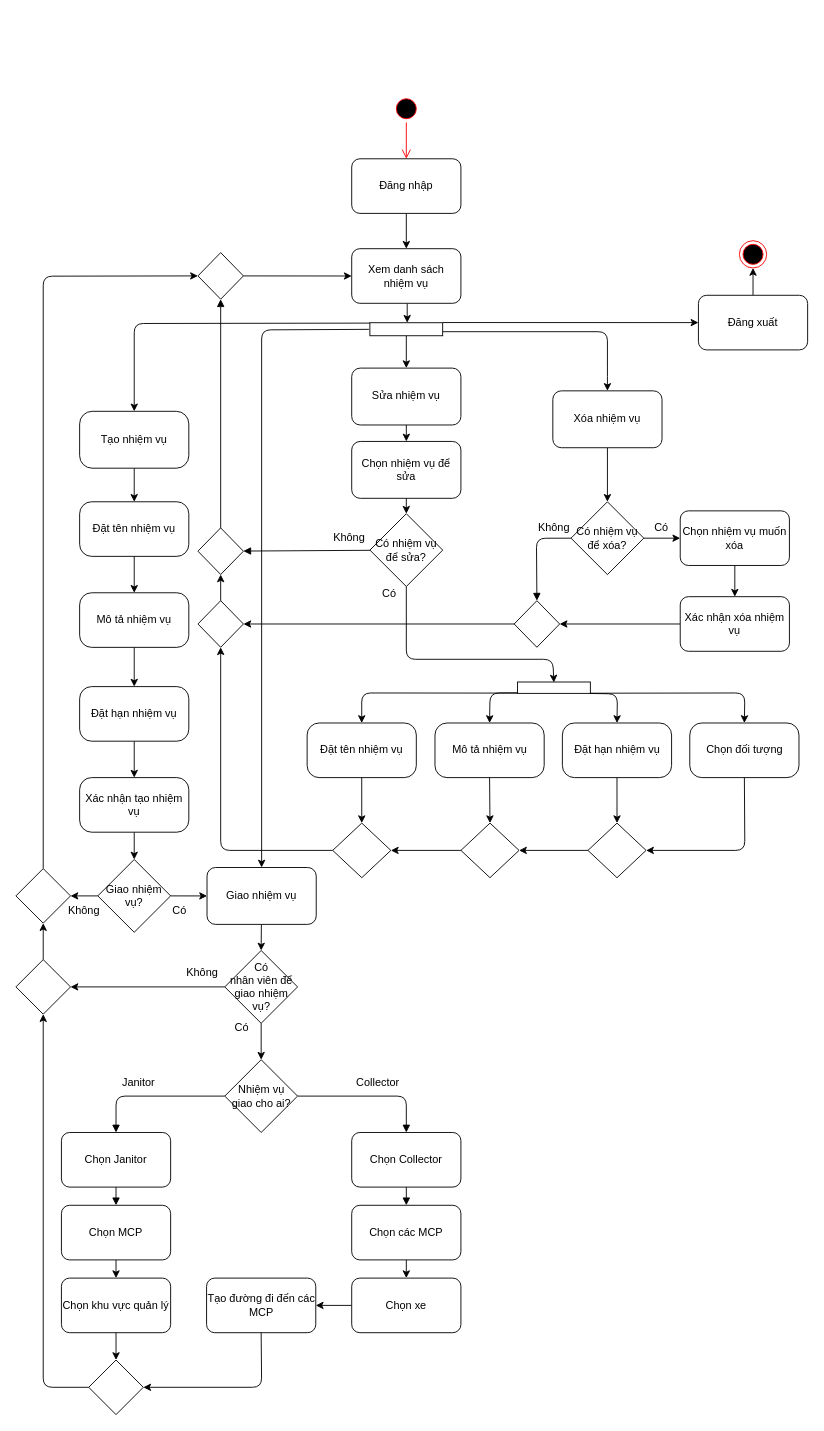
This is page "Task 2.1" (1 of 3) of task2.drawio from thuankhangho/btl-cnpm, a draw.io file, before an edit. Source tidied: cells renumbered, new cells numbered last; positions are measured from the earlier drawing's top-left corner, leaving out a move shared by most shapes. Both pictures are drawn from the tidied source at 91%, with x=0, y=0 at pixel (15, 22).
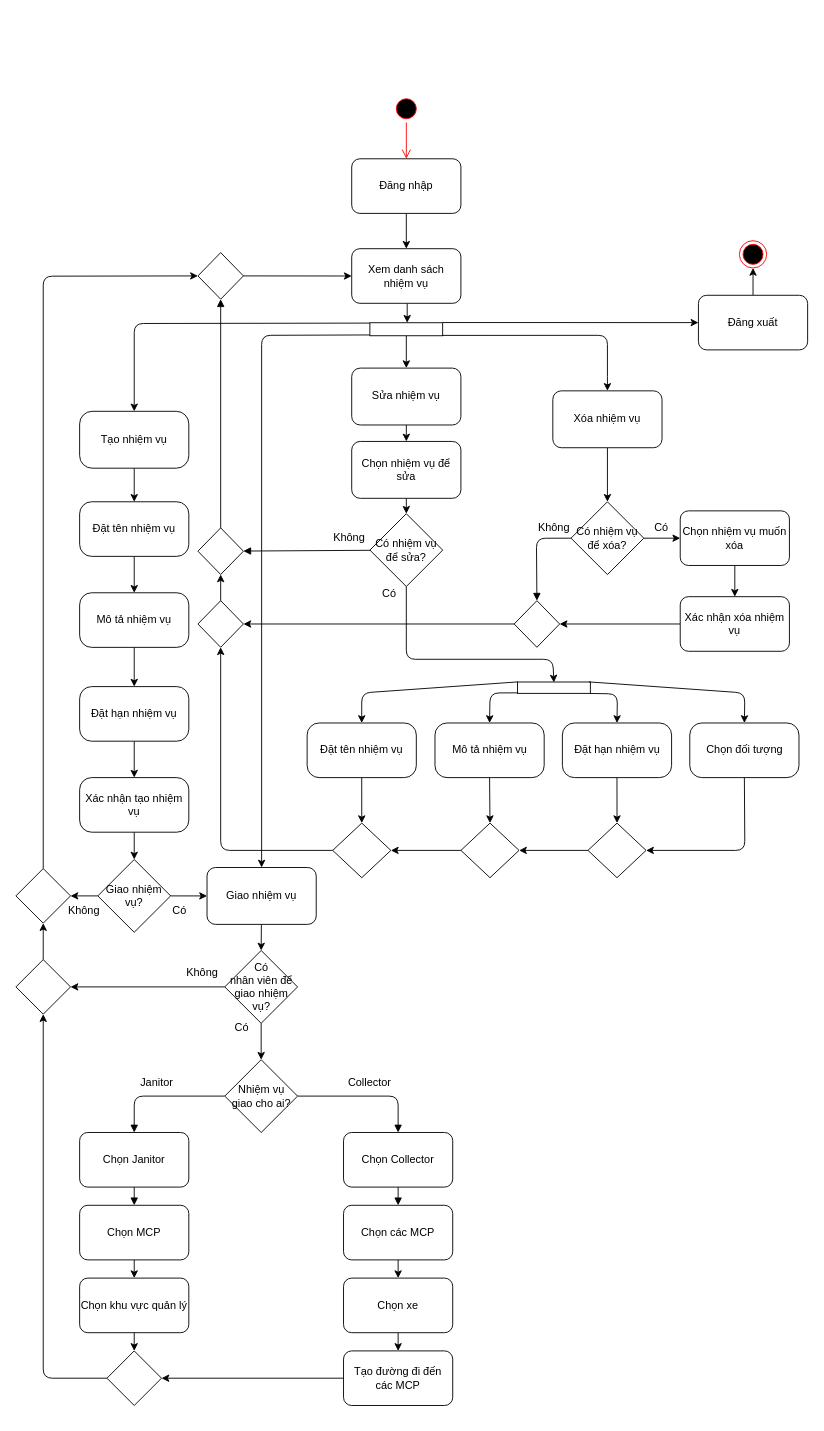
Above is the later version.

Unchanged cells that the change refers to:
```xml
<mxCell id="13" value="Xóa nhiệm vụ" style="rounded=1;whiteSpace=wrap;html=1;" parent="1" vertex="1">
  <mxGeometry x="590" y="405" width="120" height="62.5" as="geometry" />
</mxCell>
<mxCell id="17" style="html=1;points=[];perimeter=orthogonalPerimeter;rotation=90;" parent="1" vertex="1">
  <mxGeometry x="421.8" y="297.3" width="14.3" height="80" as="geometry" />
</mxCell>
<mxCell id="47" value="Giao nhiệm vụ" style="rounded=1;whiteSpace=wrap;html=1;" parent="1" vertex="1">
  <mxGeometry x="210" y="928.8" width="120" height="62.5" as="geometry" />
</mxCell>
<mxCell id="63" style="html=1;points=[];perimeter=orthogonalPerimeter;rotation=90;" parent="1" vertex="1">
  <mxGeometry x="585" y="691.2" width="12.5" height="80" as="geometry" />
</mxCell>
<mxCell id="65" value="Đặt tên nhiệm vụ" style="whiteSpace=wrap;html=1;rounded=1;arcSize=22;" parent="1" vertex="1">
  <mxGeometry x="320" y="770" width="120" height="60" as="geometry" />
</mxCell>
<mxCell id="70" value="Chọn đối tượng" style="whiteSpace=wrap;html=1;rounded=1;arcSize=22;" parent="1" vertex="1">
  <mxGeometry x="740.5" y="770" width="120" height="60" as="geometry" />
</mxCell>
<mxCell id="83" value="Nhiệm vụ&lt;br&gt;giao cho ai?" style="rhombus;whiteSpace=wrap;html=1;" parent="1" vertex="1">
  <mxGeometry x="229.5" y="1140" width="80" height="80" as="geometry" />
</mxCell>
<mxCell id="97" style="rhombus;whiteSpace=wrap;html=1;" parent="1" vertex="1">
  <mxGeometry y="1030" width="60" height="60" as="geometry" />
</mxCell>
```

The edit, as a diff of the source:
```diff
@@
-    <mxCell id="14" style="edgeStyle=none;html=1;entryX=0.5;entryY=0;entryDx=0;entryDy=0;exitX=0.689;exitY=-0.005;exitDx=0;exitDy=0;exitPerimeter=0;" parent="1" edge="1" source="17" target="13">
+    <mxCell id="14" style="edgeStyle=none;html=1;entryX=0.5;entryY=0;entryDx=0;entryDy=0;exitX=0.974;exitY=0.016;exitDx=0;exitDy=0;exitPerimeter=0;" parent="1" edge="1" source="17" target="13">
       <mxGeometry relative="1" as="geometry">
         <Array as="points">
-          <mxPoint x="650" y="340" />
+          <mxPoint x="650" y="344" />
           <mxPoint x="650" y="380" />
         </Array>
       </mxGeometry>
     </mxCell>
@@
     <mxCell id="38" value="Chọn MCP" style="rounded=1;whiteSpace=wrap;html=1;" parent="1" vertex="1">
-      <mxGeometry x="50" y="1300" width="120" height="60" as="geometry" />
+      <mxGeometry x="70" y="1300" width="120" height="60" as="geometry" />
     </mxCell>
     <mxCell id="39" value="Chọn khu vực quản lý" style="whiteSpace=wrap;html=1;rounded=1;" parent="1" vertex="1">
-      <mxGeometry x="50" y="1380" width="120" height="60" as="geometry" />
+      <mxGeometry x="70" y="1380" width="120" height="60" as="geometry" />
     </mxCell>
@@
     <mxCell id="41" value="Chọn các MCP" style="rounded=1;whiteSpace=wrap;html=1;" parent="1" vertex="1">
-      <mxGeometry x="369" y="1300" width="120" height="60" as="geometry" />
+      <mxGeometry x="360" y="1300" width="120" height="60" as="geometry" />
     </mxCell>
@@
     <mxCell id="43" value="Chọn xe" style="whiteSpace=wrap;html=1;rounded=1;" parent="1" vertex="1">
-      <mxGeometry x="369" y="1380" width="120" height="60" as="geometry" />
+      <mxGeometry x="360" y="1380" width="120" height="60" as="geometry" />
     </mxCell>
-    <mxCell id="44" value="Tạo đường đi đến các MCP" style="whiteSpace=wrap;html=1;rounded=1;" parent="1" vertex="1">
-      <mxGeometry x="209.5" y="1380" width="120" height="60" as="geometry" />
+    <mxCell id="44" value="Tạo đường đi đến&lt;br&gt;các MCP" style="whiteSpace=wrap;html=1;rounded=1;" parent="1" vertex="1">
+      <mxGeometry x="360" y="1460" width="120" height="60" as="geometry" />
     </mxCell>
@@
-    <mxCell id="48" style="endArrow=classic;html=1;entryX=0.5;entryY=0;entryDx=0;entryDy=0;exitX=0.509;exitY=1.013;exitDx=0;exitDy=0;exitPerimeter=0;" parent="1" edge="1" source="17" target="47">
+    <mxCell id="48" style="endArrow=classic;html=1;entryX=0.5;entryY=0;entryDx=0;entryDy=0;exitX=0.939;exitY=1;exitDx=0;exitDy=0;exitPerimeter=0;" parent="1" edge="1" source="17" target="47">
       <mxGeometry relative="1" as="geometry">
         <Array as="points">
-          <mxPoint x="270" y="338" />
+          <mxPoint x="270" y="344" />
         </Array>
       </mxGeometry>
     </mxCell>
@@
-    <mxCell id="71" style="endArrow=classic;html=1;entryX=0.5;entryY=0;entryDx=0;entryDy=0;exitX=0.977;exitY=0.998;exitDx=0;exitDy=0;exitPerimeter=0;" parent="1" edge="1" source="63" target="65">
+    <mxCell id="71" style="endArrow=classic;html=1;entryX=0.5;entryY=0;entryDx=0;entryDy=0;exitX=-0.009;exitY=0.997;exitDx=0;exitDy=0;exitPerimeter=0;" parent="1" edge="1" source="63" target="65">
       <mxGeometry relative="1" as="geometry">
         <Array as="points">
           <mxPoint x="380" y="737" />
         </Array>
       </mxGeometry>
     </mxCell>
@@
-    <mxCell id="74" style="endArrow=classic;html=1;entryX=0.5;entryY=0;entryDx=0;entryDy=0;exitX=0.986;exitY=0;exitDx=0;exitDy=0;exitPerimeter=0;" parent="1" edge="1" source="63" target="70">
+    <mxCell id="74" style="endArrow=classic;html=1;entryX=0.5;entryY=0;entryDx=0;entryDy=0;exitX=-0.009;exitY=0.02;exitDx=0;exitDy=0;exitPerimeter=0;" parent="1" edge="1" source="63" target="70">
       <mxGeometry relative="1" as="geometry">
         <Array as="points">
           <mxPoint x="801" y="737" />
         </Array>
       </mxGeometry>
     </mxCell>
@@
     <mxCell id="77" style="edgeStyle=none;html=1;entryX=0.5;entryY=0;entryDx=0;entryDy=0;endArrow=block;endFill=1;exitX=0;exitY=0.5;exitDx=0;exitDy=0;" parent="1" edge="1" source="83" target="80">
       <mxGeometry relative="1" as="geometry">
         <Array as="points">
-          <mxPoint x="110" y="1180" />
+          <mxPoint x="130" y="1180" />
         </Array>
       </mxGeometry>
     </mxCell>
     <mxCell id="78" style="edgeStyle=none;html=1;entryX=0.5;entryY=0;entryDx=0;entryDy=0;endArrow=block;endFill=1;exitX=1;exitY=0.5;exitDx=0;exitDy=0;" parent="1" edge="1" source="83" target="82">
       <mxGeometry relative="1" as="geometry">
         <Array as="points">
-          <mxPoint x="429" y="1180" />
+          <mxPoint x="420" y="1180" />
         </Array>
       </mxGeometry>
     </mxCell>
@@
     <mxCell id="80" value="Chọn Janitor" style="rounded=1;whiteSpace=wrap;html=1;" parent="1" vertex="1">
-      <mxGeometry x="50" y="1220" width="120" height="60" as="geometry" />
+      <mxGeometry x="70" y="1220" width="120" height="60" as="geometry" />
     </mxCell>
@@
     <mxCell id="82" value="Chọn Collector" style="rounded=1;whiteSpace=wrap;html=1;" parent="1" vertex="1">
-      <mxGeometry x="369" y="1220" width="120" height="60" as="geometry" />
+      <mxGeometry x="360" y="1220" width="120" height="60" as="geometry" />
     </mxCell>
@@
     <mxCell id="84" value="Janitor" style="text;html=1;strokeColor=none;fillColor=none;align=center;verticalAlign=middle;whiteSpace=wrap;rounded=0;" parent="1" vertex="1">
-      <mxGeometry x="110" y="1150" width="50" height="30" as="geometry" />
+      <mxGeometry x="129.5" y="1150" width="50" height="30" as="geometry" />
     </mxCell>
     <mxCell id="85" value="Collector" style="text;html=1;strokeColor=none;fillColor=none;align=center;verticalAlign=middle;whiteSpace=wrap;rounded=0;" parent="1" vertex="1">
-      <mxGeometry x="372.8" y="1150" width="50" height="30" as="geometry" />
+      <mxGeometry x="364" y="1150" width="50" height="30" as="geometry" />
     </mxCell>
@@
     <mxCell id="102" style="rhombus;whiteSpace=wrap;html=1;" parent="1" vertex="1">
-      <mxGeometry x="80" y="1470" width="60" height="60" as="geometry" />
+      <mxGeometry x="100" y="1460" width="60" height="60" as="geometry" />
     </mxCell>
-    <mxCell id="103" style="endArrow=classic;html=1;strokeColor=default;entryX=1;entryY=0.5;entryDx=0;entryDy=0;exitX=0.5;exitY=1;exitDx=0;exitDy=0;" parent="1" edge="1" source="44" target="102">
-      <mxGeometry relative="1" as="geometry">
-        <Array as="points">
-          <mxPoint x="270" y="1500" />
-        </Array>
-      </mxGeometry>
+    <mxCell id="103" style="endArrow=classic;html=1;strokeColor=default;entryX=1;entryY=0.5;entryDx=0;entryDy=0;exitX=0;exitY=0.5;exitDx=0;exitDy=0;" parent="1" edge="1" source="44" target="102">
+      <mxGeometry relative="1" as="geometry" />
     </mxCell>
@@
     <mxCell id="111" style="endArrow=classic;html=1;strokeColor=default;entryX=0.5;entryY=1;entryDx=0;entryDy=0;exitX=0;exitY=0.5;exitDx=0;exitDy=0;" parent="1" edge="1" source="102" target="97">
       <mxGeometry relative="1" as="geometry">
         <Array as="points">
-          <mxPoint x="30" y="1500" />
+          <mxPoint x="30" y="1490" />
         </Array>
       </mxGeometry>
     </mxCell>
```
